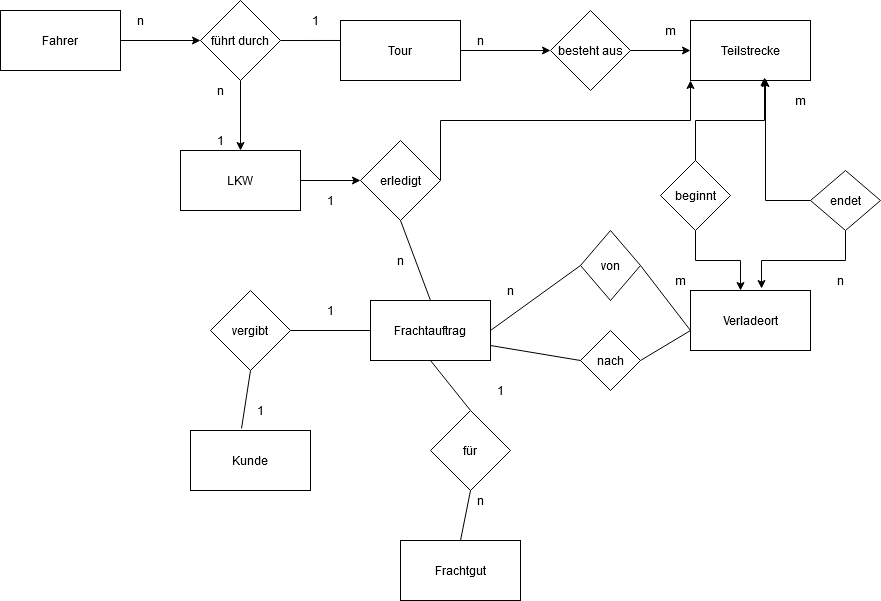
This is Tour.png from gianluca1606/gianluca1606, a draw.io export, as it was before one commit. Source tidied: cells renumbered, new cells last; positions are measured from the earlier drawing's top-left corner, leaving out a move shared by most shapes.
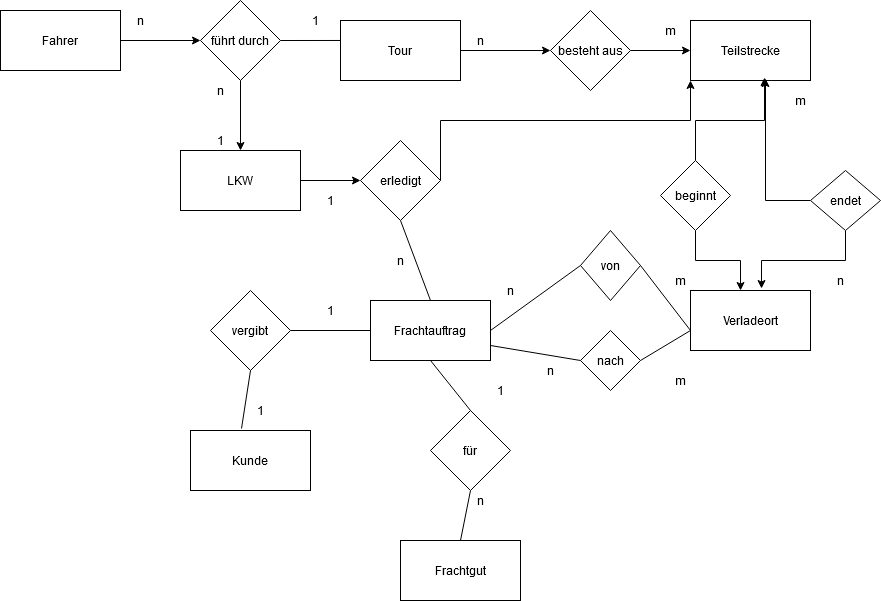
The same diagram one commit later.

Change to the diagram source:
```diff
@@ -173,5 +173,11 @@
     <mxCell id="55" value="n" style="text;html=1;strokeColor=none;fillColor=none;align=center;verticalAlign=middle;whiteSpace=wrap;rounded=0;" parent="1" vertex="1">
       <mxGeometry x="490" y="280" width="40" height="20" as="geometry" />
     </mxCell>
+    <mxCell id="56" value="m" style="text;html=1;strokeColor=none;fillColor=none;align=center;verticalAlign=middle;whiteSpace=wrap;rounded=0;" parent="1" vertex="1">
+      <mxGeometry x="660" y="370" width="40" height="20" as="geometry" />
+    </mxCell>
+    <mxCell id="57" value="n" style="text;html=1;strokeColor=none;fillColor=none;align=center;verticalAlign=middle;whiteSpace=wrap;rounded=0;" parent="1" vertex="1">
+      <mxGeometry x="530" y="360" width="40" height="20" as="geometry" />
+    </mxCell>
   </root>
 </mxGraphModel>
```
